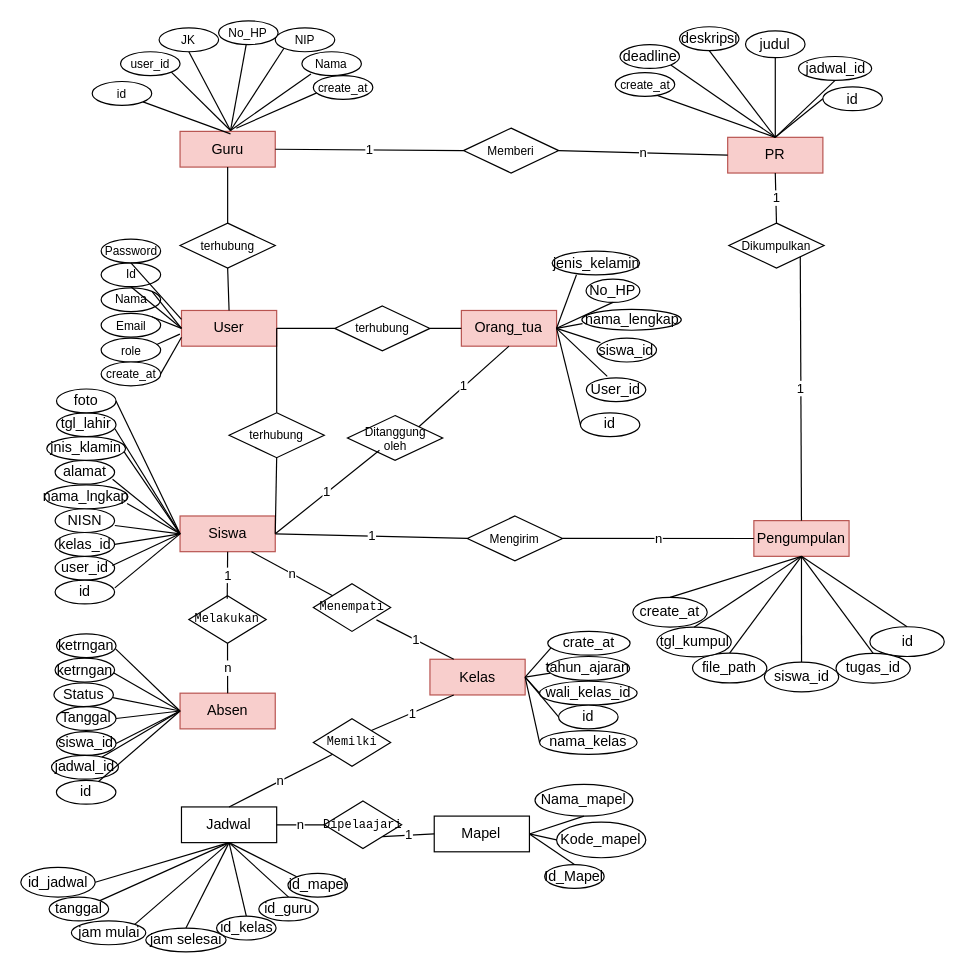
Before: page "Halaman-4" (3 of 4) of Diagram Tanpa Judul.drawio in bayudani/diagram, a draw.io diagram. Source tidied: cells renumbered, new cells numbered last; positions are measured from the earlier drawing's top-left corner, leaving out a move shared by most shapes. Both pictures are drawn from the tidied source at 119%, with x=0, y=0 at pixel (20, 20).
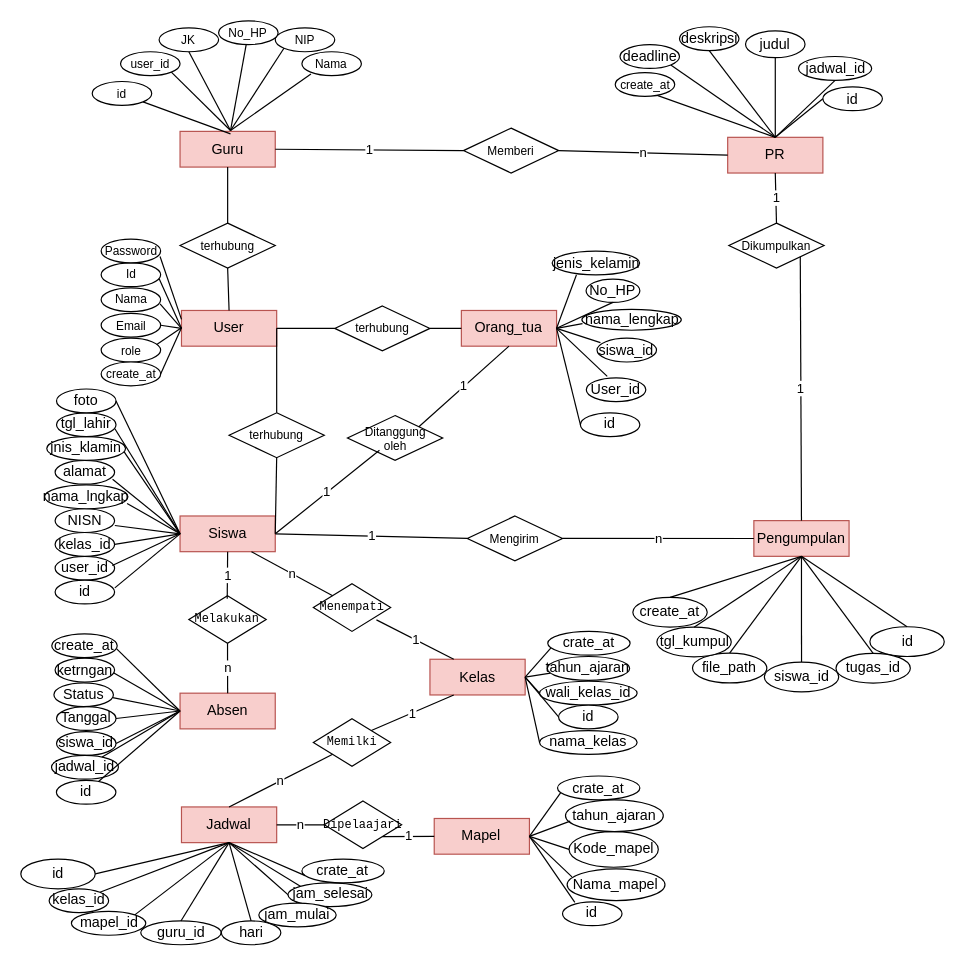
The same diagram, later.

Unchanged cells that the change refers to:
```xml
<mxCell id="3" value="Guru" style="rounded=0;whiteSpace=wrap;html=1;fillColor=#f8cecc;strokeColor=#b85450;" parent="1" vertex="1">
  <mxGeometry x="133.8" y="92.9" width="80" height="30" as="geometry" />
</mxCell>
<mxCell id="71" value="User" style="rounded=0;whiteSpace=wrap;html=1;fillColor=#f8cecc;strokeColor=#b85450;" parent="1" vertex="1">
  <mxGeometry x="135" y="243.4" width="80" height="30" as="geometry" />
</mxCell>
<mxCell id="72" value="Id" style="ellipse;whiteSpace=wrap;html=1;fontSize=10;" parent="1" vertex="1">
  <mxGeometry x="67.5" y="203.4" width="50" height="20" as="geometry" />
</mxCell>
<mxCell id="73" value="Nama" style="ellipse;whiteSpace=wrap;html=1;fontSize=10;" parent="1" vertex="1">
  <mxGeometry x="67.5" y="224.4" width="50" height="20" as="geometry" />
</mxCell>
<mxCell id="74" value="Email" style="ellipse;whiteSpace=wrap;html=1;fontSize=10;" parent="1" vertex="1">
  <mxGeometry x="67.5" y="245.8" width="50" height="20" as="geometry" />
</mxCell>
<mxCell id="75" value="Password" style="ellipse;whiteSpace=wrap;html=1;fontSize=10;" parent="1" vertex="1">
  <mxGeometry x="67.5" y="183.4" width="50" height="20" as="geometry" />
</mxCell>
<mxCell id="146" value="role" style="ellipse;whiteSpace=wrap;html=1;fontSize=10;" parent="1" vertex="1">
  <mxGeometry x="67.5" y="266.7" width="50" height="20" as="geometry" />
</mxCell>
<mxCell id="148" value="create_at" style="ellipse;whiteSpace=wrap;html=1;fontSize=10;" parent="1" vertex="1">
  <mxGeometry x="67.5" y="286.7" width="50" height="20" as="geometry" />
</mxCell>
```

The edit, as a diff of the source:
```diff
@@
-    <mxCell id="4" value="Jadwal" style="rounded=0;whiteSpace=wrap;html=1;" parent="1" vertex="1">
+    <mxCell id="4" value="Jadwal" style="rounded=0;whiteSpace=wrap;html=1;fillColor=#f8cecc;strokeColor=#b85450;" parent="1" vertex="1">
       <mxGeometry x="135" y="660.6" width="80" height="30" as="geometry" />
     </mxCell>
-    <mxCell id="5" value="Mapel" style="rounded=0;whiteSpace=wrap;html=1;" parent="1" vertex="1">
-      <mxGeometry x="347.4" y="668.3" width="80" height="30" as="geometry" />
+    <mxCell id="5" value="Mapel" style="rounded=0;whiteSpace=wrap;html=1;fillColor=#f8cecc;strokeColor=#b85450;" parent="1" vertex="1">
+      <mxGeometry x="347.4" y="670.3" width="80" height="30" as="geometry" />
     </mxCell>
@@
-    <mxCell id="31" value="Id_Mapel" style="ellipse;whiteSpace=wrap;html=1;" parent="1" vertex="1">
-      <mxGeometry x="440.2" y="709" width="50" height="20" as="geometry" />
+    <mxCell id="31" value="id" style="ellipse;whiteSpace=wrap;html=1;" parent="1" vertex="1">
+      <mxGeometry x="455.2" y="740.4" width="50" height="20" as="geometry" />
     </mxCell>
     <mxCell id="32" value="Nama_mapel" style="ellipse;whiteSpace=wrap;html=1;" parent="1" vertex="1">
-      <mxGeometry x="432.1" y="641.6" width="82.2" height="26.7" as="geometry" />
+      <mxGeometry x="459.1" y="712.6" width="82.2" height="26.7" as="geometry" />
     </mxCell>
     <mxCell id="33" value="Kode_mapel" style="ellipse;whiteSpace=wrap;html=1;" parent="1" vertex="1">
-      <mxGeometry x="450.2" y="673.3" width="75" height="30" as="geometry" />
+      <mxGeometry x="460.7" y="681.3" width="75" height="30" as="geometry" />
     </mxCell>
@@
-    <mxCell id="35" style="endArrow=none;html=1;rounded=0;exitX=0.5;exitY=0;exitDx=0;exitDy=0;entryX=1;entryY=0.5;entryDx=0;entryDy=0;" parent="1" edge="1" source="31" target="5">
+    <mxCell id="35" style="endArrow=none;html=1;rounded=0;exitX=0.207;exitY=0.017;exitDx=0;exitDy=0;entryX=1;entryY=0.5;entryDx=0;entryDy=0;exitPerimeter=0;" parent="1" edge="1" source="31" target="5">
       <mxGeometry relative="1" as="geometry" />
     </mxCell>
-    <mxCell id="36" style="endArrow=none;html=1;rounded=0;exitX=0.5;exitY=1;exitDx=0;exitDy=0;entryX=1;entryY=0.5;entryDx=0;entryDy=0;" parent="1" edge="1" source="32" target="5">
+    <mxCell id="36" style="endArrow=none;html=1;rounded=0;exitX=0.049;exitY=0.254;exitDx=0;exitDy=0;entryX=1;entryY=0.5;entryDx=0;entryDy=0;exitPerimeter=0;" parent="1" edge="1" source="32" target="5">
       <mxGeometry relative="1" as="geometry" />
     </mxCell>
@@
-    <mxCell id="47" value="id_jadwal" style="ellipse;whiteSpace=wrap;html=1;" parent="1" vertex="1">
-      <mxGeometry y="711.4" width="62.5" height="25" as="geometry" />
+    <mxCell id="47" value="id" style="ellipse;whiteSpace=wrap;html=1;" parent="1" vertex="1">
+      <mxGeometry y="704.4" width="62.5" height="25" as="geometry" />
     </mxCell>
-    <mxCell id="48" value="jam selesai" style="ellipse;whiteSpace=wrap;html=1;" parent="1" vertex="1">
-      <mxGeometry x="105" y="762.4" width="67.5" height="20" as="geometry" />
+    <mxCell id="48" value="guru_id" style="ellipse;whiteSpace=wrap;html=1;" parent="1" vertex="1">
+      <mxGeometry x="100.8" y="756.4" width="67.5" height="20" as="geometry" />
     </mxCell>
-    <mxCell id="49" value="tanggal" style="ellipse;whiteSpace=wrap;html=1;" parent="1" vertex="1">
-      <mxGeometry x="23.8" y="736.4" width="50" height="20" as="geometry" />
+    <mxCell id="49" value="kelas_id" style="ellipse;whiteSpace=wrap;html=1;" parent="1" vertex="1">
+      <mxGeometry x="23.8" y="729.4" width="50" height="20" as="geometry" />
     </mxCell>
-    <mxCell id="50" value="jam mulai" style="ellipse;whiteSpace=wrap;html=1;" parent="1" vertex="1">
-      <mxGeometry x="42.5" y="756.4" width="62.5" height="20" as="geometry" />
+    <mxCell id="50" value="mapel_id" style="ellipse;whiteSpace=wrap;html=1;" parent="1" vertex="1">
+      <mxGeometry x="42.5" y="748.4" width="62.5" height="20" as="geometry" />
     </mxCell>
-    <mxCell id="51" value="id_kelas" style="ellipse;whiteSpace=wrap;html=1;" parent="1" vertex="1">
-      <mxGeometry x="164.5" y="752.4" width="50" height="20" as="geometry" />
+    <mxCell id="51" value="hari" style="ellipse;whiteSpace=wrap;html=1;" parent="1" vertex="1">
+      <mxGeometry x="168.5" y="756.4" width="50" height="20" as="geometry" />
     </mxCell>
@@
-    <mxCell id="58" value="id_mapel" style="ellipse;whiteSpace=wrap;html=1;" parent="1" vertex="1">
-      <mxGeometry x="224.5" y="716.4" width="50" height="20" as="geometry" />
+    <mxCell id="58" value="jam_selesai" style="ellipse;whiteSpace=wrap;html=1;" parent="1" vertex="1">
+      <mxGeometry x="224.5" y="724.4" width="70.5" height="20" as="geometry" />
     </mxCell>
-    <mxCell id="59" value="id_guru" style="ellipse;whiteSpace=wrap;html=1;" parent="1" vertex="1">
-      <mxGeometry x="200" y="736.4" width="50" height="20" as="geometry" />
+    <mxCell id="59" value="jam_mulai" style="ellipse;whiteSpace=wrap;html=1;" parent="1" vertex="1">
+      <mxGeometry x="200" y="741.4" width="65" height="20" as="geometry" />
     </mxCell>
@@
-    <mxCell id="76" style="endArrow=none;html=1;rounded=0;entryX=0.5;entryY=1;entryDx=0;entryDy=0;exitX=0;exitY=0.5;exitDx=0;exitDy=0;" parent="1" edge="1" source="71" target="72">
+    <mxCell id="76" style="endArrow=none;html=1;rounded=0;entryX=0.973;entryY=0.657;entryDx=0;entryDy=0;exitX=0;exitY=0.5;exitDx=0;exitDy=0;entryPerimeter=0;" parent="1" edge="1" source="71" target="72">
       <mxGeometry relative="1" as="geometry" />
     </mxCell>
-    <mxCell id="77" style="endArrow=none;html=1;rounded=0;exitX=0;exitY=0.5;exitDx=0;exitDy=0;entryX=1;entryY=0;entryDx=0;entryDy=0;" parent="1" edge="1" source="71" target="73">
+    <mxCell id="77" style="endArrow=none;html=1;rounded=0;exitX=0;exitY=0.5;exitDx=0;exitDy=0;entryX=0.99;entryY=0.676;entryDx=0;entryDy=0;entryPerimeter=0;" parent="1" edge="1" source="71" target="73">
       <mxGeometry relative="1" as="geometry" />
     </mxCell>
-    <mxCell id="78" style="endArrow=none;html=1;rounded=0;exitX=0;exitY=0.5;exitDx=0;exitDy=0;entryX=1;entryY=0;entryDx=0;entryDy=0;" parent="1" edge="1" source="71" target="74">
+    <mxCell id="78" style="endArrow=none;html=1;rounded=0;exitX=0;exitY=0.5;exitDx=0;exitDy=0;entryX=1;entryY=0.5;entryDx=0;entryDy=0;" parent="1" edge="1" source="71" target="74">
       <mxGeometry relative="1" as="geometry" />
     </mxCell>
-    <mxCell id="79" style="endArrow=none;html=1;rounded=0;entryX=0.5;entryY=1;entryDx=0;entryDy=0;exitX=0;exitY=0.25;exitDx=0;exitDy=0;" parent="1" edge="1" source="71" target="75">
-      <mxGeometry relative="1" as="geometry" />
+    <mxCell id="79" style="endArrow=none;html=1;rounded=0;exitX=0;exitY=0.25;exitDx=0;exitDy=0;" parent="1" edge="1" source="71">
+      <mxGeometry relative="1" as="geometry">
+        <mxPoint x="117" y="198" as="targetPoint" />
+      </mxGeometry>
     </mxCell>
@@
-    <mxCell id="147" style="endArrow=none;html=1;rounded=0;exitX=-0.017;exitY=0.662;exitDx=0;exitDy=0;exitPerimeter=0;entryX=0.935;entryY=0.265;entryDx=0;entryDy=0;entryPerimeter=0;" parent="1" edge="1" source="71" target="146">
-      <mxGeometry relative="1" as="geometry" />
+    <mxCell id="147" style="endArrow=none;html=1;rounded=0;entryX=0.935;entryY=0.265;entryDx=0;entryDy=0;entryPerimeter=0;" parent="1" edge="1" target="146">
+      <mxGeometry relative="1" as="geometry">
+        <mxPoint x="135" y="258" as="sourcePoint" />
+      </mxGeometry>
     </mxCell>
@@
-    <mxCell id="149" style="endArrow=none;html=1;rounded=0;exitX=0;exitY=0.75;exitDx=0;exitDy=0;entryX=1;entryY=0.5;entryDx=0;entryDy=0;" parent="1" edge="1" source="71" target="148">
-      <mxGeometry relative="1" as="geometry" />
+    <mxCell id="149" style="endArrow=none;html=1;rounded=0;entryX=1;entryY=0.5;entryDx=0;entryDy=0;" parent="1" edge="1" target="148">
+      <mxGeometry relative="1" as="geometry">
+        <mxPoint x="135" y="258" as="sourcePoint" />
+      </mxGeometry>
     </mxCell>
@@
-    <mxCell id="152" value="create_at" style="ellipse;whiteSpace=wrap;html=1;fontSize=10;" parent="1" vertex="1">
-      <mxGeometry x="245.8" y="46" width="50" height="20" as="geometry" />
-    </mxCell>
-    <mxCell id="153" style="endArrow=none;html=1;rounded=0;exitX=0.591;exitY=-0.089;exitDx=0;exitDy=0;entryX=0.058;entryY=0.727;entryDx=0;entryDy=0;entryPerimeter=0;exitPerimeter=0;" parent="1" edge="1" source="3" target="152">
-      <mxGeometry relative="1" as="geometry" />
-    </mxCell>
@@
-    <mxCell id="168" value="ketrngan" style="ellipse;whiteSpace=wrap;html=1;" parent="1" vertex="1">
-      <mxGeometry x="30" y="515.1" width="50" height="20" as="geometry" />
+    <mxCell id="168" value="create_at" style="ellipse;whiteSpace=wrap;html=1;" parent="1" vertex="1">
+      <mxGeometry x="26" y="515.1" width="55" height="20" as="geometry" />
     </mxCell>
@@
+    <mxCell id="170" value="tahun_ajaran" style="ellipse;whiteSpace=wrap;html=1;" parent="1" vertex="1">
+      <mxGeometry x="457.7" y="654.6" width="82.2" height="26.7" as="geometry" />
+    </mxCell>
+    <mxCell id="171" style="endArrow=none;html=1;rounded=0;exitX=0.048;exitY=0.672;exitDx=0;exitDy=0;entryX=1;entryY=0.5;entryDx=0;entryDy=0;exitPerimeter=0;" parent="1" edge="1" source="170" target="5">
+      <mxGeometry relative="1" as="geometry" />
+    </mxCell>
+    <mxCell id="172" value="crate_at" style="ellipse;whiteSpace=wrap;html=1;" parent="1" vertex="1">
+      <mxGeometry x="451" y="634.6" width="69.2" height="20" as="geometry" />
+    </mxCell>
+    <mxCell id="173" style="endArrow=none;html=1;rounded=0;entryX=0.039;entryY=0.696;entryDx=0;entryDy=0;exitX=1;exitY=0.5;exitDx=0;exitDy=0;entryPerimeter=0;" parent="1" edge="1" source="5" target="172">
+      <mxGeometry relative="1" as="geometry" />
+    </mxCell>
+    <mxCell id="174" value="crate_at" style="ellipse;whiteSpace=wrap;html=1;" parent="1" vertex="1">
+      <mxGeometry x="236.2" y="704.4" width="69.2" height="20" as="geometry" />
+    </mxCell>
+    <mxCell id="175" style="endArrow=none;html=1;rounded=0;entryX=0.039;entryY=0.696;entryDx=0;entryDy=0;exitX=0.5;exitY=1;exitDx=0;exitDy=0;entryPerimeter=0;" parent="1" edge="1" source="4" target="174">
+      <mxGeometry relative="1" as="geometry" />
+    </mxCell>
```
